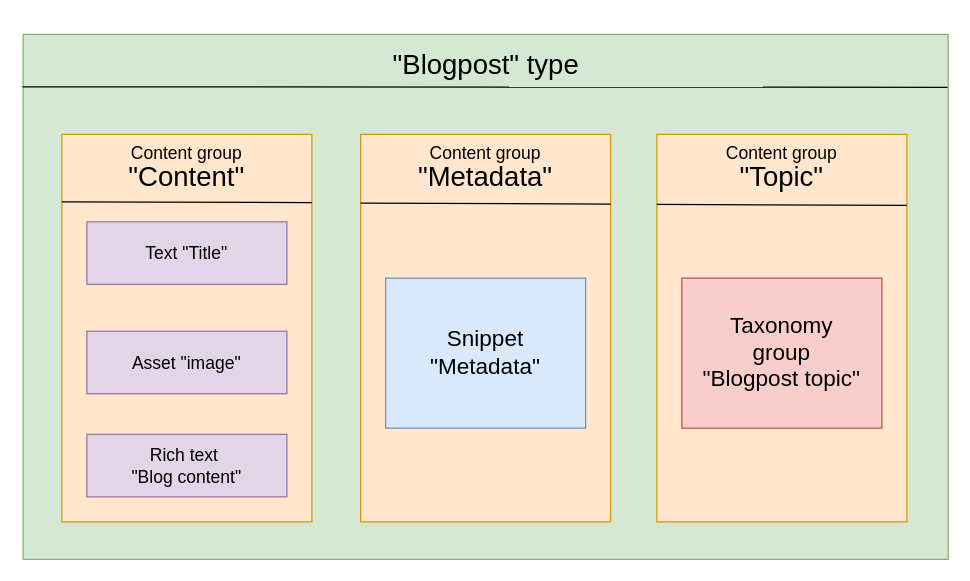
Before: importing-content-model/ImportModelDiagram.drawio in Kontent-ai-Learn/kontent-ai-learn-diagrams, a draw.io diagram. Source tidied: cells renumbered, new cells numbered last; positions are measured from the earlier drawing's top-left corner, leaving out a move shared by most shapes. Both pictures are drawn from the tidied source at 125%, with x=0, y=0 at pixel (21, 21).
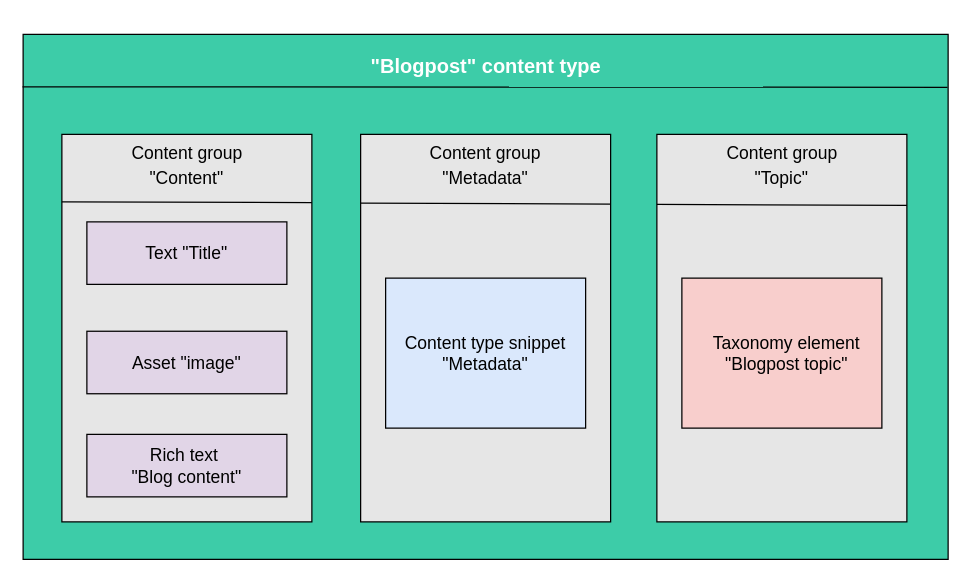
Above is the later version.

Change to the diagram source:
```diff
@@
-    <mxCell id="2" style="rounded=0;whiteSpace=wrap;html=1;fillColor=#d5e8d4;strokeColor=#82b366;" parent="1" vertex="1">
+    <mxCell id="2" style="rounded=0;whiteSpace=wrap;html=1;fillColor=#3DCCA8;strokeColor=#000000;fontFamily=Work Sans;fontSize=14;" parent="1" vertex="1">
       <mxGeometry x="1" y="10" width="740" height="420" as="geometry" />
     </mxCell>
-    <mxCell id="3" style="endArrow=none;html=1;entryX=1.002;entryY=0.103;entryDx=0;entryDy=0;exitX=0.002;exitY=0.102;exitDx=0;exitDy=0;entryPerimeter=0;exitPerimeter=0;" parent="1" edge="1">
+    <mxCell id="3" style="endArrow=none;html=1;entryX=1.002;entryY=0.103;entryDx=0;entryDy=0;exitX=0.002;exitY=0.102;exitDx=0;exitDy=0;entryPerimeter=0;exitPerimeter=0;fontFamily=Work Sans;fontSize=14;" parent="1" edge="1">
       <mxGeometry relative="1" as="geometry">
         <mxPoint x="0.5" y="51.9" as="sourcePoint" />
         <mxPoint x="740.5" y="52.3" as="targetPoint" />
       </mxGeometry>
     </mxCell>
-    <mxCell id="4" value="&lt;font style=&quot;font-size: 22px&quot;&gt;&quot;Blogpost&quot; type&lt;/font&gt;" style="text;html=1;strokeColor=none;fillColor=none;align=center;verticalAlign=middle;whiteSpace=wrap;rounded=0;" parent="1" vertex="1">
-      <mxGeometry x="293.5" width="155" height="70" as="geometry" />
+    <mxCell id="4" value="&lt;font style=&quot;font-size: 16px;&quot;&gt;&quot;Blogpost&quot; content type&lt;/font&gt;" style="text;html=1;align=center;verticalAlign=middle;whiteSpace=wrap;rounded=0;fontFamily=Work Sans;fontSize=16;fontStyle=1;fontColor=#FFFFFF;" parent="1" vertex="1">
+      <mxGeometry x="266.6" width="208.8" height="70" as="geometry" />
     </mxCell>
-    <mxCell id="5" style="rounded=0;whiteSpace=wrap;html=1;strokeColor=#d79b00;fillColor=#ffe6cc;" parent="1" vertex="1">
+    <mxCell id="5" style="rounded=0;whiteSpace=wrap;html=1;strokeColor=#000000;fillColor=#E6E6E6;fontFamily=Work Sans;fontSize=14;" parent="1" vertex="1">
       <mxGeometry x="32" y="90" width="200" height="310" as="geometry" />
     </mxCell>
-    <mxCell id="6" style="rounded=0;whiteSpace=wrap;html=1;strokeColor=#d79b00;fillColor=#ffe6cc;" parent="1" vertex="1">
+    <mxCell id="6" style="rounded=0;whiteSpace=wrap;html=1;strokeColor=#000000;fillColor=#E6E6E6;fontFamily=Work Sans;fontSize=14;" parent="1" vertex="1">
       <mxGeometry x="271" y="90" width="200" height="310" as="geometry" />
     </mxCell>
-    <mxCell id="7" style="rounded=0;whiteSpace=wrap;html=1;strokeColor=#d79b00;fillColor=#ffe6cc;" parent="1" vertex="1">
+    <mxCell id="7" style="rounded=0;whiteSpace=wrap;html=1;strokeColor=#000000;fillColor=#E6E6E6;fontFamily=Work Sans;fontSize=14;" parent="1" vertex="1">
       <mxGeometry x="508" y="90" width="200" height="310" as="geometry" />
     </mxCell>
-    <mxCell id="8" style="endArrow=none;html=1;exitX=-0.005;exitY=0.148;exitDx=0;exitDy=0;exitPerimeter=0;entryX=0.995;entryY=0.15;entryDx=0;entryDy=0;entryPerimeter=0;" parent="1" edge="1">
+    <mxCell id="8" style="endArrow=none;html=1;exitX=-0.005;exitY=0.148;exitDx=0;exitDy=0;exitPerimeter=0;entryX=0.995;entryY=0.15;entryDx=0;entryDy=0;entryPerimeter=0;fontFamily=Work Sans;fontSize=14;" parent="1" edge="1">
       <mxGeometry relative="1" as="geometry">
         <mxPoint x="32" y="143.9" as="sourcePoint" />
         <mxPoint x="232" y="144.5" as="targetPoint" />
       </mxGeometry>
     </mxCell>
-    <mxCell id="9" style="endArrow=none;html=1;exitX=-0.005;exitY=0.148;exitDx=0;exitDy=0;exitPerimeter=0;entryX=0.995;entryY=0.15;entryDx=0;entryDy=0;entryPerimeter=0;" parent="1" edge="1">
+    <mxCell id="9" style="endArrow=none;html=1;exitX=-0.005;exitY=0.148;exitDx=0;exitDy=0;exitPerimeter=0;entryX=0.995;entryY=0.15;entryDx=0;entryDy=0;entryPerimeter=0;fontFamily=Work Sans;fontSize=14;" parent="1" edge="1">
       <mxGeometry relative="1" as="geometry">
         <mxPoint x="508" y="146" as="sourcePoint" />
         <mxPoint x="708" y="146.8" as="targetPoint" />
       </mxGeometry>
     </mxCell>
-    <mxCell id="10" style="endArrow=none;html=1;exitX=-0.005;exitY=0.148;exitDx=0;exitDy=0;exitPerimeter=0;entryX=0.995;entryY=0.15;entryDx=0;entryDy=0;entryPerimeter=0;" parent="1" edge="1">
+    <mxCell id="10" style="endArrow=none;html=1;exitX=-0.005;exitY=0.148;exitDx=0;exitDy=0;exitPerimeter=0;entryX=0.995;entryY=0.15;entryDx=0;entryDy=0;entryPerimeter=0;fontFamily=Work Sans;fontSize=14;" parent="1" edge="1">
       <mxGeometry relative="1" as="geometry">
         <mxPoint x="271" y="145" as="sourcePoint" />
         <mxPoint x="471" y="145.8" as="targetPoint" />
       </mxGeometry>
     </mxCell>
-    <mxCell id="11" value="&lt;font style=&quot;font-size: 14px&quot;&gt;Content group&lt;/font&gt;" style="text;html=1;strokeColor=none;fillColor=none;align=center;verticalAlign=middle;whiteSpace=wrap;rounded=0;" parent="1" vertex="1">
-      <mxGeometry x="82" y="90" width="100" height="30" as="geometry" />
+    <mxCell id="11" value="&lt;font style=&quot;font-size: 14px;&quot;&gt;Content group&lt;/font&gt;" style="text;html=1;strokeColor=none;fillColor=none;align=center;verticalAlign=middle;whiteSpace=wrap;rounded=0;fontFamily=Work Sans;fontSize=14;" parent="1" vertex="1">
+      <mxGeometry x="72.5" y="90" width="119" height="30" as="geometry" />
     </mxCell>
-    <mxCell id="12" value="&lt;font style=&quot;font-size: 14px&quot;&gt;Content group&lt;/font&gt;" style="text;html=1;strokeColor=none;fillColor=none;align=center;verticalAlign=middle;whiteSpace=wrap;rounded=0;" parent="1" vertex="1">
-      <mxGeometry x="558" y="90" width="100" height="30" as="geometry" />
+    <mxCell id="12" value="&lt;font style=&quot;font-size: 14px;&quot;&gt;Content group&lt;/font&gt;" style="text;html=1;strokeColor=none;fillColor=none;align=center;verticalAlign=middle;whiteSpace=wrap;rounded=0;fontFamily=Work Sans;fontSize=14;" parent="1" vertex="1">
+      <mxGeometry x="546.5" y="90" width="123" height="30" as="geometry" />
     </mxCell>
-    <mxCell id="13" value="&lt;font style=&quot;font-size: 14px&quot;&gt;Content group&lt;/font&gt;" style="text;html=1;strokeColor=none;fillColor=none;align=center;verticalAlign=middle;whiteSpace=wrap;rounded=0;" parent="1" vertex="1">
-      <mxGeometry x="321" y="90" width="100" height="30" as="geometry" />
+    <mxCell id="13" value="&lt;font style=&quot;font-size: 14px;&quot;&gt;Content group&lt;/font&gt;" style="text;html=1;strokeColor=none;fillColor=none;align=center;verticalAlign=middle;whiteSpace=wrap;rounded=0;fontFamily=Work Sans;fontSize=14;" parent="1" vertex="1">
+      <mxGeometry x="311" y="90" width="120" height="30" as="geometry" />
     </mxCell>
-    <mxCell id="14" value="&lt;font style=&quot;font-size: 22px&quot;&gt;&quot;Content&quot;&lt;/font&gt;" style="text;html=1;strokeColor=none;fillColor=none;align=center;verticalAlign=middle;whiteSpace=wrap;rounded=0;" parent="1" vertex="1">
+    <mxCell id="14" value="&lt;font style=&quot;font-size: 14px;&quot;&gt;&quot;Content&quot;&lt;/font&gt;" style="text;html=1;strokeColor=none;fillColor=none;align=center;verticalAlign=middle;whiteSpace=wrap;rounded=0;fontFamily=Work Sans;fontSize=14;" parent="1" vertex="1">
       <mxGeometry x="82" y="100" width="100" height="50" as="geometry" />
     </mxCell>
-    <mxCell id="15" value="&lt;font style=&quot;font-size: 22px&quot;&gt;&quot;Metadata&quot;&lt;/font&gt;" style="text;html=1;strokeColor=none;fillColor=none;align=center;verticalAlign=middle;whiteSpace=wrap;rounded=0;" parent="1" vertex="1">
+    <mxCell id="15" value="&lt;font style=&quot;font-size: 14px;&quot;&gt;&quot;Metadata&quot;&lt;/font&gt;" style="text;html=1;strokeColor=none;fillColor=none;align=center;verticalAlign=middle;whiteSpace=wrap;rounded=0;fontFamily=Work Sans;fontSize=14;" parent="1" vertex="1">
       <mxGeometry x="331" y="110" width="80" height="30" as="geometry" />
     </mxCell>
-    <mxCell id="16" value="&lt;font style=&quot;font-size: 22px&quot;&gt;&quot;Topic&quot;&lt;/font&gt;" style="text;html=1;strokeColor=none;fillColor=none;align=center;verticalAlign=middle;whiteSpace=wrap;rounded=0;" parent="1" vertex="1">
+    <mxCell id="16" value="&lt;font style=&quot;font-size: 14px;&quot;&gt;&quot;Topic&quot;&lt;/font&gt;" style="text;html=1;strokeColor=none;fillColor=none;align=center;verticalAlign=middle;whiteSpace=wrap;rounded=0;fontFamily=Work Sans;fontSize=14;" parent="1" vertex="1">
       <mxGeometry x="563" y="105" width="90" height="40" as="geometry" />
     </mxCell>
-    <mxCell id="17" style="rounded=0;whiteSpace=wrap;html=1;strokeColor=#6c8ebf;fillColor=#dae8fc;" parent="1" vertex="1">
+    <mxCell id="17" style="rounded=0;whiteSpace=wrap;html=1;strokeColor=#000000;fillColor=#dae8fc;fontFamily=Work Sans;fontSize=14;" parent="1" vertex="1">
       <mxGeometry x="291" y="205" width="160" height="120" as="geometry" />
     </mxCell>
-    <mxCell id="18" value="&lt;font style=&quot;font-size: 18px&quot;&gt;Snippet &lt;br&gt;&quot;Metadata&quot;&lt;/font&gt;" style="text;html=1;strokeColor=none;fillColor=none;align=center;verticalAlign=middle;whiteSpace=wrap;rounded=0;" parent="1" vertex="1">
+    <mxCell id="18" value="&lt;font style=&quot;font-size: 14px;&quot;&gt;Content type snippet &lt;br style=&quot;font-size: 14px;&quot;&gt;&quot;Metadata&quot;&lt;/font&gt;" style="text;html=1;strokeColor=none;fillColor=none;align=center;verticalAlign=middle;whiteSpace=wrap;rounded=0;fontFamily=Work Sans;fontSize=14;" parent="1" vertex="1">
       <mxGeometry x="296" y="222.5" width="150" height="85" as="geometry" />
     </mxCell>
-    <mxCell id="19" style="rounded=0;whiteSpace=wrap;html=1;strokeColor=#b85450;fillColor=#f8cecc;" parent="1" vertex="1">
+    <mxCell id="19" style="rounded=0;whiteSpace=wrap;html=1;strokeColor=#000000;fillColor=#f8cecc;fontFamily=Work Sans;fontSize=14;" parent="1" vertex="1">
       <mxGeometry x="528" y="205" width="160" height="120" as="geometry" />
     </mxCell>
-    <mxCell id="20" value="&lt;font style=&quot;font-size: 18px&quot;&gt;Taxonomy group&lt;br&gt;&quot;Blogpost topic&quot;&lt;/font&gt;" style="text;html=1;strokeColor=none;fillColor=none;align=center;verticalAlign=middle;whiteSpace=wrap;rounded=0;" parent="1" vertex="1">
-      <mxGeometry x="543" y="232.5" width="130" height="65" as="geometry" />
+    <mxCell id="20" value="&lt;font style=&quot;font-size: 14px;&quot;&gt;Taxonomy element&lt;br style=&quot;font-size: 14px;&quot;&gt;&quot;Blogpost topic&quot;&lt;/font&gt;" style="text;html=1;strokeColor=none;fillColor=none;align=center;verticalAlign=middle;whiteSpace=wrap;rounded=0;fontFamily=Work Sans;fontSize=14;" parent="1" vertex="1">
+      <mxGeometry x="543" y="232.5" width="138" height="65" as="geometry" />
     </mxCell>
-    <mxCell id="21" style="rounded=0;whiteSpace=wrap;html=1;strokeColor=#9673a6;fillColor=#e1d5e7;" parent="1" vertex="1">
+    <mxCell id="21" style="rounded=0;whiteSpace=wrap;html=1;strokeColor=#000000;fillColor=#e1d5e7;fontFamily=Work Sans;fontSize=14;" parent="1" vertex="1">
       <mxGeometry x="52" y="330" width="160" height="50" as="geometry" />
     </mxCell>
-    <mxCell id="22" style="rounded=0;whiteSpace=wrap;html=1;strokeColor=#9673a6;fillColor=#e1d5e7;" parent="1" vertex="1">
+    <mxCell id="22" style="rounded=0;whiteSpace=wrap;html=1;strokeColor=#000000;fillColor=#e1d5e7;fontFamily=Work Sans;fontSize=14;" parent="1" vertex="1">
       <mxGeometry x="52" y="247.5" width="160" height="50" as="geometry" />
     </mxCell>
-    <mxCell id="23" style="rounded=0;whiteSpace=wrap;html=1;strokeColor=#9673a6;fillColor=#e1d5e7;" parent="1" vertex="1">
+    <mxCell id="23" style="rounded=0;whiteSpace=wrap;html=1;strokeColor=#000000;fillColor=#e1d5e7;fontFamily=Work Sans;fontSize=14;" parent="1" vertex="1">
       <mxGeometry x="52" y="160" width="160" height="50" as="geometry" />
     </mxCell>
-    <mxCell id="24" value="&lt;font style=&quot;font-size: 14px&quot;&gt;Text &quot;Title&quot;&lt;/font&gt;" style="text;html=1;strokeColor=none;fillColor=none;align=center;verticalAlign=middle;whiteSpace=wrap;rounded=0;" parent="1" vertex="1">
+    <mxCell id="24" value="&lt;font style=&quot;font-size: 14px;&quot;&gt;Text &quot;Title&quot;&lt;/font&gt;" style="text;html=1;strokeColor=none;fillColor=none;align=center;verticalAlign=middle;whiteSpace=wrap;rounded=0;fontFamily=Work Sans;fontSize=14;" parent="1" vertex="1">
       <mxGeometry x="77" y="167.5" width="110" height="35" as="geometry" />
     </mxCell>
-    <mxCell id="25" value="&lt;font style=&quot;font-size: 14px&quot;&gt;Rich text&amp;nbsp;&lt;br&gt;&quot;Blog content&quot;&lt;/font&gt;" style="text;html=1;strokeColor=none;fillColor=none;align=center;verticalAlign=middle;whiteSpace=wrap;rounded=0;" parent="1" vertex="1">
+    <mxCell id="25" value="&lt;font style=&quot;font-size: 14px;&quot;&gt;Rich text&amp;nbsp;&lt;br style=&quot;font-size: 14px;&quot;&gt;&quot;Blog content&quot;&lt;/font&gt;" style="text;html=1;strokeColor=none;fillColor=none;align=center;verticalAlign=middle;whiteSpace=wrap;rounded=0;fontFamily=Work Sans;fontSize=14;" parent="1" vertex="1">
       <mxGeometry x="77" y="337.5" width="110" height="35" as="geometry" />
     </mxCell>
-    <mxCell id="26" value="&lt;font style=&quot;font-size: 14px&quot;&gt;Asset &quot;image&quot;&lt;/font&gt;" style="text;html=1;strokeColor=none;fillColor=none;align=center;verticalAlign=middle;whiteSpace=wrap;rounded=0;" parent="1" vertex="1">
+    <mxCell id="26" value="&lt;font style=&quot;font-size: 14px;&quot;&gt;Asset &quot;image&quot;&lt;/font&gt;" style="text;html=1;strokeColor=none;fillColor=none;align=center;verticalAlign=middle;whiteSpace=wrap;rounded=0;fontFamily=Work Sans;fontSize=14;" parent="1" vertex="1">
       <mxGeometry x="77" y="255" width="110" height="35" as="geometry" />
     </mxCell>
```
